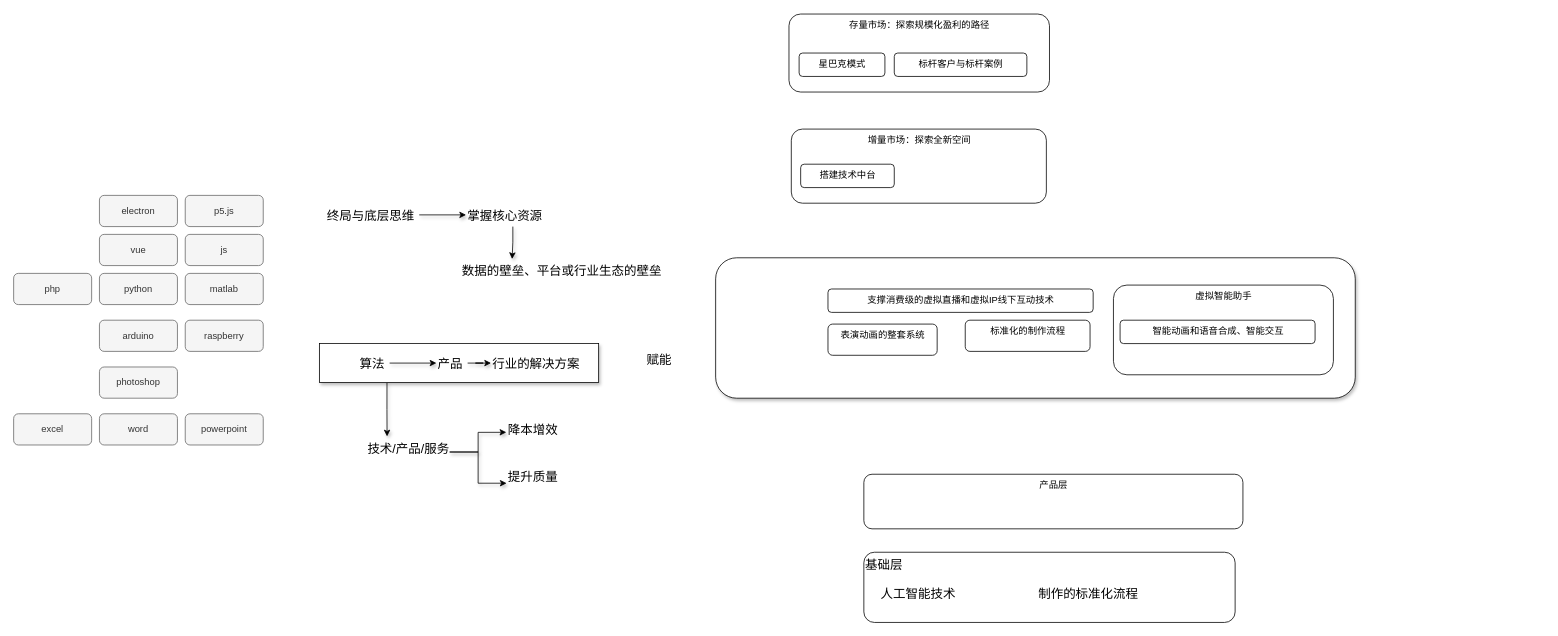
Earlier version of the draw.io diagram page "tech" (1 of 2) of assets/drawio/project.drawio (atanx/atanx.github.io). Source tidied: cells renumbered, new cells numbered last; positions are measured from the earlier drawing's top-left corner, leaving out a move shared by most shapes. Both pictures are drawn from the tidied source at 78%, with x=0, y=0 at pixel (13, 14).
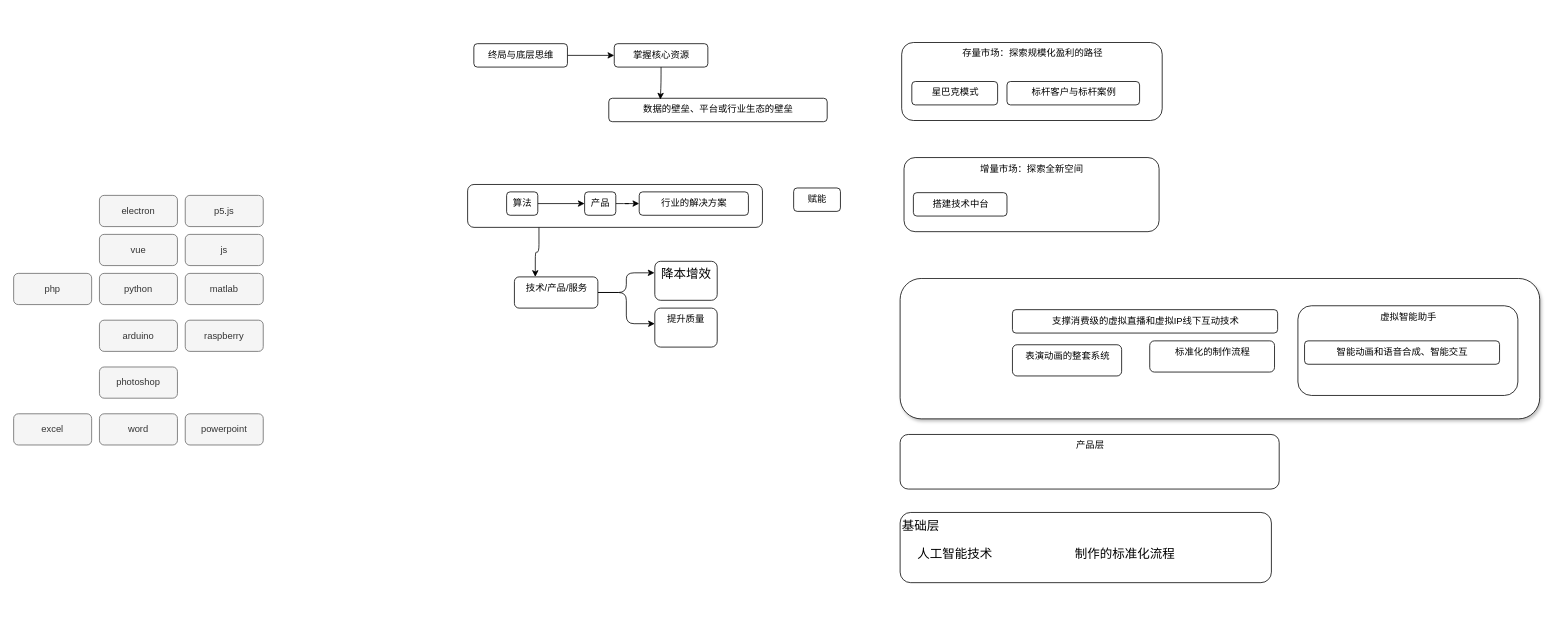
The same page after the edit.

The edit, as a diff of the source:
```diff
@@
-    <mxCell id="2" style="edgeStyle=orthogonalEdgeStyle;rounded=0;jettySize=auto;html=1;exitX=0.242;exitY=0.998;exitDx=0;exitDy=0;entryX=0.25;entryY=0;entryDx=0;entryDy=0;shadow=1;fontSize=16;exitPerimeter=0;" parent="1" edge="1" source="3" target="31">
+    <mxCell id="2" style="edgeStyle=orthogonalEdgeStyle;rounded=1;jettySize=auto;html=1;exitX=0.242;exitY=0.998;exitDx=0;exitDy=0;entryX=0.25;entryY=0;entryDx=0;entryDy=0;fontSize=12;exitPerimeter=0;verticalAlign=top;fillColor=#ffffff;gradientColor=none;" parent="1" edge="1" source="3" target="31">
       <mxGeometry relative="1" as="geometry" />
     </mxCell>
-    <mxCell id="3" style="rounded=0;whiteSpace=wrap;html=1;shadow=1;fontSize=16;" parent="1" vertex="1">
-      <mxGeometry x="392" y="422" width="358" height="50" as="geometry" />
+    <mxCell id="3" style="rounded=1;whiteSpace=wrap;html=1;fontSize=12;verticalAlign=top;gradientColor=none;" parent="1" vertex="1">
+      <mxGeometry x="582" y="218" width="378" height="55" as="geometry" />
     </mxCell>
@@
-    <mxCell id="17" value="&lt;font style=&quot;font-size: 16px&quot;&gt;降本增效&lt;/font&gt;" style="text;html=1;points=[];align=left;verticalAlign=top;spacingTop=-4;fontSize=16;" parent="1" vertex="1">
-      <mxGeometry x="632" y="521" width="80" height="50" as="geometry" />
+    <mxCell id="17" value="&lt;font style=&quot;font-size: 16px&quot;&gt;降本增效&lt;/font&gt;" style="text;html=1;points=[];align=center;verticalAlign=top;fontSize=12;rounded=1;strokeColor=#000000;fillColor=#ffffff;" parent="1" vertex="1">
+      <mxGeometry x="822" y="316.5" width="80" height="50" as="geometry" />
     </mxCell>
-    <mxCell id="18" value="提升质量&#10;" style="text;points=[];align=left;verticalAlign=top;spacingTop=-4;fontSize=16;" parent="1" vertex="1">
-      <mxGeometry x="632" y="581" width="80" height="50" as="geometry" />
+    <mxCell id="18" value="提升质量&#10;" style="text;points=[];align=center;verticalAlign=top;fontSize=12;rounded=1;strokeColor=#000000;fillColor=#ffffff;" parent="1" vertex="1">
+      <mxGeometry x="822" y="376.5" width="80" height="50" as="geometry" />
     </mxCell>
-    <mxCell id="19" value="数据的壁垒、平台或行业生态的壁垒" style="text;html=1;fontSize=16;" parent="1" vertex="1">
-      <mxGeometry x="573" y="312" width="280" height="30" as="geometry" />
+    <mxCell id="19" value="数据的壁垒、平台或行业生态的壁垒" style="text;html=1;fontSize=12;rounded=1;align=center;strokeColor=#000000;fillColor=#ffffff;" parent="1" vertex="1">
+      <mxGeometry x="763" y="107.5" width="280" height="30" as="geometry" />
     </mxCell>
-    <mxCell id="20" style="edgeStyle=orthogonalEdgeStyle;rounded=0;jettySize=auto;html=1;exitX=1;exitY=0.5;exitDx=0;exitDy=0;entryX=0;entryY=0.5;entryDx=0;entryDy=0;shadow=1;fontSize=16;" parent="1" edge="1" source="21" target="23">
+    <mxCell id="20" style="edgeStyle=orthogonalEdgeStyle;rounded=1;jettySize=auto;html=1;exitX=1;exitY=0.5;exitDx=0;exitDy=0;entryX=0;entryY=0.5;entryDx=0;entryDy=0;fontSize=12;verticalAlign=top;fillColor=#ffffff;gradientColor=none;" parent="1" edge="1" source="21" target="23">
       <mxGeometry relative="1" as="geometry" />
     </mxCell>
-    <mxCell id="21" value="终局与底层思维" style="text;html=1;fontSize=16;" parent="1" vertex="1">
-      <mxGeometry x="400" y="242" width="120" height="30" as="geometry" />
+    <mxCell id="21" value="终局与底层思维" style="text;html=1;fontSize=12;rounded=1;align=center;strokeColor=#000000;fillColor=#ffffff;" parent="1" vertex="1">
+      <mxGeometry x="590" y="37.5" width="120" height="30" as="geometry" />
     </mxCell>
-    <mxCell id="22" style="edgeStyle=orthogonalEdgeStyle;rounded=0;jettySize=auto;html=1;exitX=0.5;exitY=1;exitDx=0;exitDy=0;entryX=0.236;entryY=0.053;entryDx=0;entryDy=0;entryPerimeter=0;shadow=1;fontSize=16;" parent="1" edge="1" source="23" target="19">
+    <mxCell id="22" style="edgeStyle=orthogonalEdgeStyle;rounded=1;jettySize=auto;html=1;exitX=0.5;exitY=1;exitDx=0;exitDy=0;entryX=0.236;entryY=0.053;entryDx=0;entryDy=0;entryPerimeter=0;fontSize=12;verticalAlign=top;fillColor=#ffffff;gradientColor=none;" parent="1" edge="1" source="23" target="19">
       <mxGeometry relative="1" as="geometry" />
     </mxCell>
-    <mxCell id="23" value="掌握核心资源" style="text;html=1;fontSize=16;" parent="1" vertex="1">
-      <mxGeometry x="580" y="242" width="120" height="30" as="geometry" />
+    <mxCell id="23" value="掌握核心资源" style="text;html=1;fontSize=12;rounded=1;align=center;strokeColor=#000000;fillColor=#ffffff;" parent="1" vertex="1">
+      <mxGeometry x="770" y="37.5" width="120" height="30" as="geometry" />
     </mxCell>
-    <mxCell id="24" style="edgeStyle=orthogonalEdgeStyle;rounded=0;jettySize=auto;html=1;exitX=1;exitY=0.5;exitDx=0;exitDy=0;entryX=0;entryY=0.5;entryDx=0;entryDy=0;shadow=1;fontSize=16;" parent="1" edge="1" source="25" target="27">
+    <mxCell id="24" style="edgeStyle=orthogonalEdgeStyle;rounded=1;jettySize=auto;html=1;exitX=1;exitY=0.5;exitDx=0;exitDy=0;entryX=0;entryY=0.5;entryDx=0;entryDy=0;fontSize=12;verticalAlign=top;fillColor=#ffffff;gradientColor=none;" parent="1" edge="1" source="25" target="27">
       <mxGeometry relative="1" as="geometry" />
     </mxCell>
-    <mxCell id="25" value="算法" style="text;html=1;fontSize=16;" parent="1" vertex="1">
-      <mxGeometry x="442" y="432" width="40" height="30" as="geometry" />
+    <mxCell id="25" value="算法" style="text;html=1;fontSize=12;rounded=1;align=center;strokeColor=#000000;fillColor=#ffffff;" parent="1" vertex="1">
+      <mxGeometry x="632" y="227.5" width="40" height="30" as="geometry" />
     </mxCell>
-    <mxCell id="26" style="edgeStyle=orthogonalEdgeStyle;rounded=0;jettySize=auto;html=1;exitX=1;exitY=0.5;exitDx=0;exitDy=0;shadow=1;fontSize=16;" parent="1" edge="1" source="27" target="28">
+    <mxCell id="26" style="edgeStyle=orthogonalEdgeStyle;rounded=1;jettySize=auto;html=1;exitX=1;exitY=0.5;exitDx=0;exitDy=0;fontSize=12;verticalAlign=top;fillColor=#ffffff;gradientColor=none;" parent="1" edge="1" source="27" target="28">
       <mxGeometry relative="1" as="geometry" />
     </mxCell>
-    <mxCell id="27" value="产品" style="text;html=1;fontSize=16;" parent="1" vertex="1">
-      <mxGeometry x="542" y="432" width="40" height="30" as="geometry" />
+    <mxCell id="27" value="产品" style="text;html=1;fontSize=12;rounded=1;align=center;strokeColor=#000000;fillColor=#ffffff;" parent="1" vertex="1">
+      <mxGeometry x="732" y="227.5" width="40" height="30" as="geometry" />
     </mxCell>
-    <mxCell id="28" value="行业的解决方案" style="text;html=1;fontSize=16;" parent="1" vertex="1">
-      <mxGeometry x="612" y="432" width="140" height="30" as="geometry" />
+    <mxCell id="28" value="行业的解决方案" style="text;html=1;fontSize=12;rounded=1;align=center;strokeColor=#000000;fillColor=#ffffff;" parent="1" vertex="1">
+      <mxGeometry x="802" y="227.5" width="140" height="30" as="geometry" />
     </mxCell>
-    <mxCell id="29" style="edgeStyle=orthogonalEdgeStyle;rounded=0;jettySize=auto;html=1;exitX=1;exitY=0.5;exitDx=0;exitDy=0;entryX=-0.005;entryY=0.295;entryDx=0;entryDy=0;entryPerimeter=0;shadow=1;fontSize=16;" parent="1" edge="1" source="31" target="17">
+    <mxCell id="29" style="edgeStyle=orthogonalEdgeStyle;rounded=1;jettySize=auto;html=1;exitX=1;exitY=0.5;exitDx=0;exitDy=0;entryX=-0.005;entryY=0.295;entryDx=0;entryDy=0;entryPerimeter=0;fontSize=12;verticalAlign=top;fillColor=#ffffff;gradientColor=none;" parent="1" edge="1" source="31" target="17">
       <mxGeometry relative="1" as="geometry" />
     </mxCell>
-    <mxCell id="30" style="edgeStyle=orthogonalEdgeStyle;rounded=0;jettySize=auto;html=1;exitX=1;exitY=0.5;exitDx=0;exitDy=0;entryX=0;entryY=0.4;entryDx=0;entryDy=0;entryPerimeter=0;shadow=1;fontSize=16;" parent="1" edge="1" source="31" target="18">
+    <mxCell id="30" style="edgeStyle=orthogonalEdgeStyle;rounded=1;jettySize=auto;html=1;exitX=1;exitY=0.5;exitDx=0;exitDy=0;entryX=0;entryY=0.4;entryDx=0;entryDy=0;entryPerimeter=0;fontSize=12;verticalAlign=top;fillColor=#ffffff;gradientColor=none;" parent="1" edge="1" source="31" target="18">
       <mxGeometry relative="1" as="geometry" />
     </mxCell>
-    <mxCell id="31" value="技术/产品/服务" style="text;html=1;fontSize=16;" parent="1" vertex="1">
-      <mxGeometry x="452" y="541" width="107" height="40" as="geometry" />
+    <mxCell id="31" value="技术/产品/服务" style="text;html=1;fontSize=12;rounded=1;align=center;strokeColor=#000000;fillColor=#ffffff;" parent="1" vertex="1">
+      <mxGeometry x="642" y="336.5" width="107" height="40" as="geometry" />
     </mxCell>
-    <mxCell id="32" value="赋能" style="text;html=1;fontSize=16;" parent="1" vertex="1">
-      <mxGeometry x="810" y="427" width="60" height="30" as="geometry" />
+    <mxCell id="32" value="赋能" style="text;html=1;fontSize=12;rounded=1;align=center;strokeColor=#000000;fillColor=#ffffff;" parent="1" vertex="1">
+      <mxGeometry x="1000" y="222.5" width="60" height="30" as="geometry" />
     </mxCell>
     <mxCell id="33" style="group;" parent="1" vertex="1">
-      <mxGeometry x="1090" y="689.5" width="476" height="90" as="geometry" />
+      <mxGeometry x="1136.5" y="638.5" width="476" height="90" as="geometry" />
     </mxCell>
@@
     <mxCell id="37" value="产品层" style="text;html=1;fontSize=12;align=center;rounded=1;fillColor=#ffffff;strokeColor=#000000;" parent="1" vertex="1">
-      <mxGeometry x="1090" y="589.5" width="486" height="70" as="geometry" />
+      <mxGeometry x="1136.5" y="538.5" width="486" height="70" as="geometry" />
     </mxCell>
     <mxCell id="38" style="group;" parent="1" vertex="1">
-      <mxGeometry x="994" y="-0.5" width="334" height="100" as="geometry" />
+      <mxGeometry x="1138.5" y="36" width="334" height="100" as="geometry" />
     </mxCell>
@@
     <mxCell id="42" style="group;" parent="1" vertex="1">
-      <mxGeometry x="900" y="312" width="820" height="180" as="geometry" />
+      <mxGeometry x="1136.5" y="338.5" width="820" height="180" as="geometry" />
     </mxCell>
@@
     <mxCell id="49" value="增量市场：探索全新空间" style="text;html=1;fontSize=12;rounded=1;align=center;strokeColor=#000000;fillColor=#ffffff;" parent="1" vertex="1">
-      <mxGeometry x="997" y="147" width="327" height="95" as="geometry" />
+      <mxGeometry x="1141.5" y="183.5" width="327" height="95" as="geometry" />
     </mxCell>
     <mxCell id="50" value="搭建技术中台" style="text;html=1;fontSize=12;rounded=1;align=center;strokeColor=#000000;fillColor=#ffffff;" parent="1" vertex="1">
-      <mxGeometry x="1009" y="192" width="120" height="30" as="geometry" />
+      <mxGeometry x="1153.5" y="228.5" width="120" height="30" as="geometry" />
     </mxCell>
```
